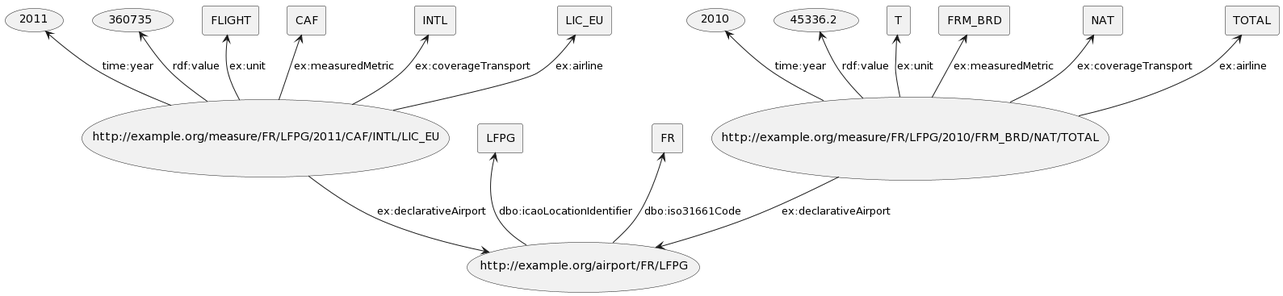
QGdev/M1S1-SemanticProject keeps this PlantUML diagram as dataset_diagram_exemple.png. Above is the earlier version.
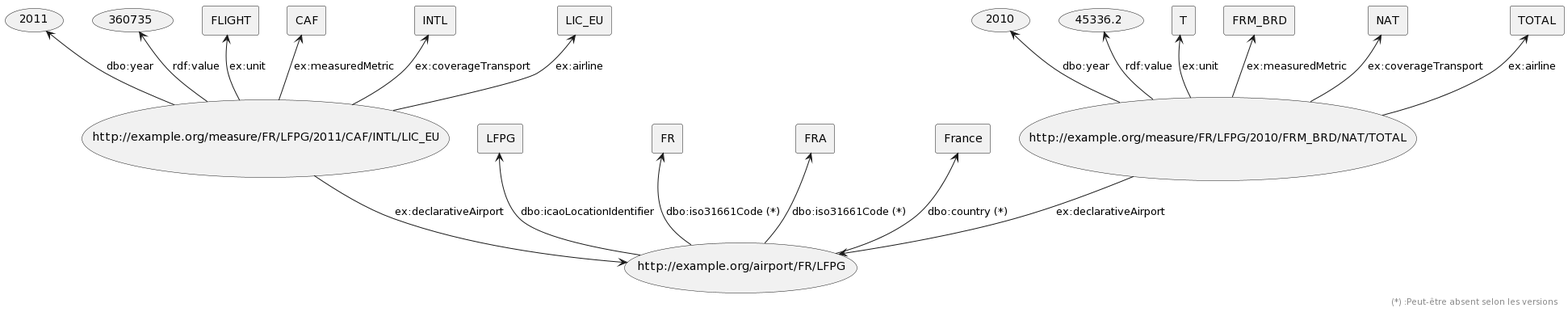
After the change.

Commit message:
Updating ontologies in our dataset. Also udating README.md.

What changed in the source:
```diff
@@ -1,30 +1,34 @@
 @startuml
 skinparam componentStyle rectangle
 
-circle (http://example.org/airport/FR/LFPG)
+    circle (http://example.org/airport/FR/LFPG)
 
-[LFPG] <-- (http://example.org/airport/FR/LFPG) : "dbo:icaoLocationIdentifier"
-[FR] <-- (http://example.org/airport/FR/LFPG) : "dbo:iso31661Code"
+    [LFPG] <-- (http://example.org/airport/FR/LFPG) : "dbo:icaoLocationIdentifier"
+    [FR] <-- (http://example.org/airport/FR/LFPG) : "dbo:iso31661Code (*)"
+    [FRA] <-- (http://example.org/airport/FR/LFPG) : "dbo:iso31661Code (*)"
+    [France] <-- (http://example.org/airport/FR/LFPG) : "dbo:country (*)"
 
-circle (http://example.org/measure/FR/LFPG/2011/CAF/INTL/LIC_EU)
+    circle (http://example.org/measure/FR/LFPG/2011/CAF/INTL/LIC_EU)
 
-(2011) <-- (http://example.org/measure/FR/LFPG/2011/CAF/INTL/LIC_EU) : "time:year"
-(360735) <-- (http://example.org/measure/FR/LFPG/2011/CAF/INTL/LIC_EU) : "rdf:value"
-[FLIGHT] <-- (http://example.org/measure/FR/LFPG/2011/CAF/INTL/LIC_EU) : "ex:unit"
-[CAF] <-- (http://example.org/measure/FR/LFPG/2011/CAF/INTL/LIC_EU) : "ex:measuredMetric"
-[INTL] <-- (http://example.org/measure/FR/LFPG/2011/CAF/INTL/LIC_EU) : "ex:coverageTransport"
-[LIC_EU] <-- (http://example.org/measure/FR/LFPG/2011/CAF/INTL/LIC_EU) : "ex:airline"
+    (2011) <-- (http://example.org/measure/FR/LFPG/2011/CAF/INTL/LIC_EU) : "dbo:year"
+    (360735) <-- (http://example.org/measure/FR/LFPG/2011/CAF/INTL/LIC_EU) : "rdf:value"
+    [FLIGHT] <-- (http://example.org/measure/FR/LFPG/2011/CAF/INTL/LIC_EU) : "ex:unit"
+    [CAF] <-- (http://example.org/measure/FR/LFPG/2011/CAF/INTL/LIC_EU) : "ex:measuredMetric"
+    [INTL] <-- (http://example.org/measure/FR/LFPG/2011/CAF/INTL/LIC_EU) : "ex:coverageTransport"
+    [LIC_EU] <-- (http://example.org/measure/FR/LFPG/2011/CAF/INTL/LIC_EU) : "ex:airline"
 
-circle (http://example.org/measure/FR/LFPG/2010/FRM_BRD/NAT/TOTAL)
+    circle (http://example.org/measure/FR/LFPG/2010/FRM_BRD/NAT/TOTAL)
 
-(2010) <-- (http://example.org/measure/FR/LFPG/2010/FRM_BRD/NAT/TOTAL) : "time:year"
-(45336.2) <-d- (http://example.org/measure/FR/LFPG/2010/FRM_BRD/NAT/TOTAL) : "rdf:value"
-[T] <-- (http://example.org/measure/FR/LFPG/2010/FRM_BRD/NAT/TOTAL) : "ex:unit"
-[FRM_BRD] <-- (http://example.org/measure/FR/LFPG/2010/FRM_BRD/NAT/TOTAL) : "ex:measuredMetric"
-[NAT] <-- (http://example.org/measure/FR/LFPG/2010/FRM_BRD/NAT/TOTAL) : "ex:coverageTransport"
-[TOTAL] <-- (http://example.org/measure/FR/LFPG/2010/FRM_BRD/NAT/TOTAL) : "ex:airline"
+    (2010) <-- (http://example.org/measure/FR/LFPG/2010/FRM_BRD/NAT/TOTAL) : "dbo:year"
+    (45336.2) <-d- (http://example.org/measure/FR/LFPG/2010/FRM_BRD/NAT/TOTAL) : "rdf:value"
+    [T] <-- (http://example.org/measure/FR/LFPG/2010/FRM_BRD/NAT/TOTAL) : "ex:unit"
+    [FRM_BRD] <-- (http://example.org/measure/FR/LFPG/2010/FRM_BRD/NAT/TOTAL) : "ex:measuredMetric"
+    [NAT] <-- (http://example.org/measure/FR/LFPG/2010/FRM_BRD/NAT/TOTAL) : "ex:coverageTransport"
+    [TOTAL] <-- (http://example.org/measure/FR/LFPG/2010/FRM_BRD/NAT/TOTAL) : "ex:airline"
 
 
-(http://example.org/airport/FR/LFPG) <-up- (http://example.org/measure/FR/LFPG/2011/CAF/INTL/LIC_EU) : "ex:declarativeAirport"
-(http://example.org/airport/FR/LFPG) <-up- (http://example.org/measure/FR/LFPG/2010/FRM_BRD/NAT/TOTAL) : "ex:declarativeAirport"
+    (http://example.org/airport/FR/LFPG) <-up- (http://example.org/measure/FR/LFPG/2011/CAF/INTL/LIC_EU) : "ex:declarativeAirport"
+    (http://example.org/airport/FR/LFPG) <-up- (http://example.org/measure/FR/LFPG/2010/FRM_BRD/NAT/TOTAL) : "ex:declarativeAirport"
+
+right footer "(*) :Peut-être absent selon les versions"
 @enduml
```
